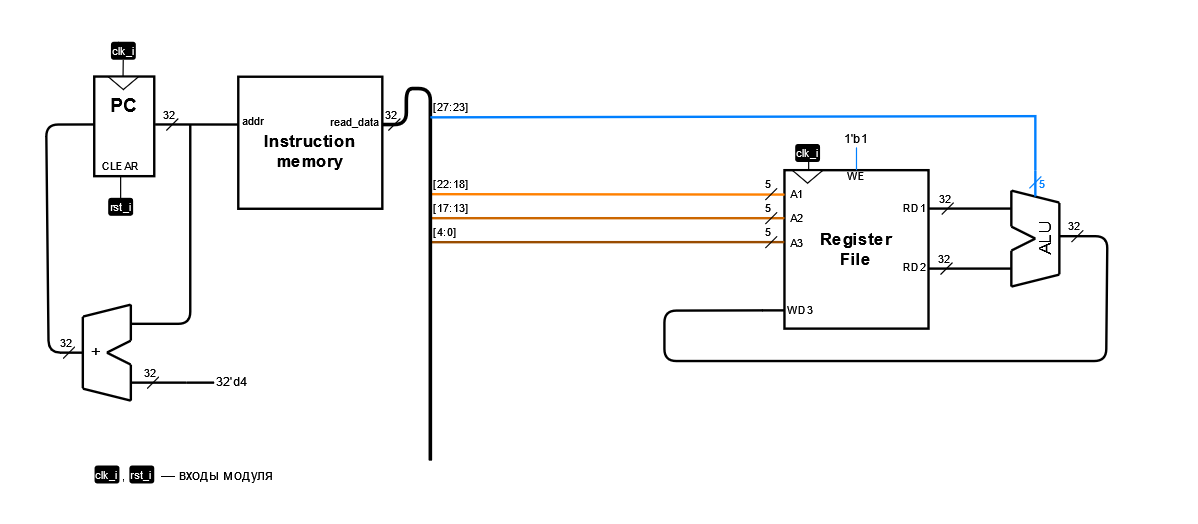
Above: Labs/Pic/ppd_2.drawio.png in MPSU/exAPS (draw.io), before the change. Source tidied: cells renumbered, new cells last; positions are measured from the earlier drawing's top-left corner, leaving out a move shared by most shapes.
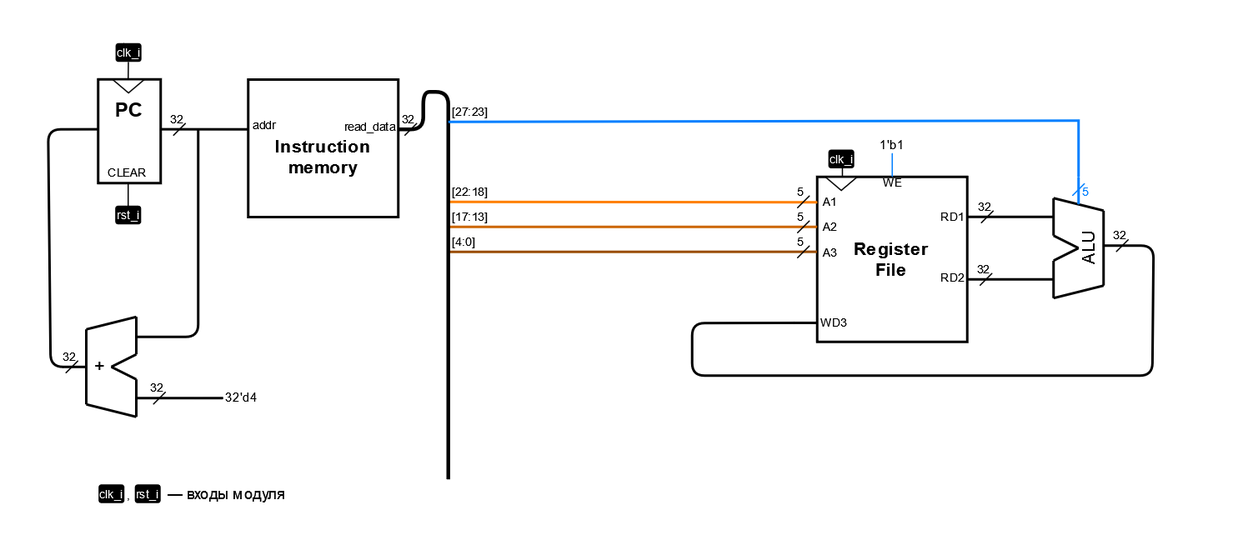
Above is the later version.

Diff of the diagram source:
```diff
@@ -370,57 +370,59 @@
     <mxCell id="78" value="1'b1" style="text;html=1;strokeColor=none;fillColor=none;align=center;verticalAlign=middle;whiteSpace=wrap;rounded=0;fontSize=10;fontColor=#000000;comic=0;jiggle=0.5;" parent="1" vertex="1">
       <mxGeometry x="708" y="110" width="10" height="10" as="geometry" />
     </mxCell>
-    <mxCell id="79" value="&lt;b&gt;PC&lt;/b&gt;" style="rounded=0;whiteSpace=wrap;html=1;comic=0;strokeColor=#000000;fontSize=16;fontColor=#000000;fillColor=none;verticalAlign=top;horizontal=1;spacingBottom=0;spacingTop=8;jiggle=0.5;strokeWidth=2;" parent="1" vertex="1">
-      <mxGeometry x="78" y="63" width="50" height="83" as="geometry" />
+    <mxCell id="79" style="endArrow=none;html=1;rounded=0;comic=0;strokeColor=#000000;fontSize=16;fontColor=#000000;startSize=6;endSize=6;exitX=1.014;exitY=0.481;exitDx=0;exitDy=0;exitPerimeter=0;jiggle=0.5;entryX=0;entryY=0.362;entryDx=0;entryDy=0;entryPerimeter=0;strokeWidth=2;" parent="1" edge="1" target="80">
+      <mxGeometry relative="1" as="geometry">
+        <mxPoint x="128.7" y="102.9" as="sourcePoint" />
+      </mxGeometry>
     </mxCell>
-    <mxCell id="80" style="endArrow=none;html=1;rounded=0;comic=0;strokeColor=#000000;fontSize=16;fontColor=#000000;startSize=6;endSize=6;exitX=1.014;exitY=0.481;exitDx=0;exitDy=0;exitPerimeter=0;jiggle=0.5;entryX=0;entryY=0.362;entryDx=0;entryDy=0;entryPerimeter=0;strokeWidth=2;" parent="1" edge="1" source="79" target="88">
-      <mxGeometry relative="1" as="geometry" />
+    <mxCell id="80" value="&lt;font style=&quot;font-size: 14px;&quot;&gt;&lt;b&gt;Instruction memory&lt;br&gt;&lt;/b&gt;&lt;/font&gt;" style="rounded=0;whiteSpace=wrap;html=1;fontSize=9;fontColor=#000000;comic=0;labelBackgroundColor=default;endArrow=none;strokeColor=#000000;startSize=6;endSize=6;jiggle=0.5;spacing=4;spacingTop=13;strokeWidth=2;" parent="1" vertex="1">
+      <mxGeometry x="198" y="63.2" width="120" height="110" as="geometry" />
     </mxCell>
-    <mxCell id="81" style="triangle;whiteSpace=wrap;html=1;rotation=90;comic=0;strokeColor=#000000;jiggle=0.5;fontColor=#000000;" parent="1" vertex="1">
-      <mxGeometry x="97" y="56.2" width="10.5" height="24.8" as="geometry" />
+    <mxCell id="81" style="endArrow=none;html=1;rounded=0;comic=0;jiggle=0.5;" parent="1" edge="1">
+      <mxGeometry relative="1" as="geometry">
+        <mxPoint x="138" y="108" as="sourcePoint" />
+        <mxPoint x="148" y="98" as="targetPoint" />
+      </mxGeometry>
     </mxCell>
-    <mxCell id="82" style="endArrow=none;html=1;rounded=0;comic=0;strokeColor=#000000;fontSize=16;fontColor=#000000;startSize=6;endSize=6;startArrow=none;jiggle=0.5;" parent="1" edge="1" source="83">
-      <mxGeometry relative="1" as="geometry">
-        <mxPoint x="102" y="41" as="targetPoint" />
-      </mxGeometry>
+    <mxCell id="82" value="32" style="text;html=1;strokeColor=none;fillColor=none;align=center;verticalAlign=middle;whiteSpace=wrap;rounded=0;fontSize=9;fontColor=#000000;comic=0;jiggle=0.5;" parent="1" vertex="1">
+      <mxGeometry x="136" y="90" width="10" height="10" as="geometry" />
     </mxCell>
-    <mxCell id="83" value="&lt;font color=&quot;#ffffff&quot;&gt;clk_i&lt;/font&gt;" style="text;html=1;strokeColor=none;fillColor=#000000;align=center;verticalAlign=middle;whiteSpace=wrap;rounded=1;fontSize=9;fontColor=#000000;comic=0;jiggle=0.5;" parent="1" vertex="1">
-      <mxGeometry x="91.9" y="34" width="20.7" height="15" as="geometry" />
+    <mxCell id="83" value="read_data" style="text;html=1;strokeColor=none;fillColor=none;align=right;verticalAlign=middle;whiteSpace=wrap;rounded=0;fontSize=9;fontColor=#000000;comic=0;jiggle=0.5;" parent="1" vertex="1">
+      <mxGeometry x="276" y="96" width="42" height="10" as="geometry" />
     </mxCell>
-    <mxCell id="84" style="endArrow=none;html=1;rounded=0;comic=0;strokeColor=#000000;fontSize=16;fontColor=#000000;startSize=6;endSize=6;jiggle=0.5;" parent="1" edge="1" target="83">
-      <mxGeometry relative="1" as="geometry">
-        <mxPoint x="102" y="63.2" as="sourcePoint" />
-      </mxGeometry>
+    <mxCell id="84" value="addr" style="text;html=1;strokeColor=none;fillColor=none;align=right;verticalAlign=middle;whiteSpace=wrap;rounded=0;fontSize=9;fontColor=#000000;comic=0;jiggle=0.5;" parent="1" vertex="1">
+      <mxGeometry x="202" y="95" width="20" height="10" as="geometry" />
     </mxCell>
-    <mxCell id="85" value="&lt;font&gt;CLEAR&lt;/font&gt;" style="text;html=1;strokeColor=none;fillColor=none;align=right;verticalAlign=middle;whiteSpace=wrap;rounded=0;fontSize=9;fontColor=#000000;comic=0;jiggle=0.5;" parent="1" vertex="1">
-      <mxGeometry x="88" y="133" width="30" height="10" as="geometry" />
+    <mxCell id="85" value="&lt;b&gt;PC&lt;/b&gt;" style="rounded=0;whiteSpace=wrap;html=1;comic=0;strokeColor=#000000;fontSize=16;fontColor=#000000;fillColor=none;verticalAlign=top;horizontal=1;spacingBottom=0;spacingTop=8;jiggle=0.5;strokeWidth=2;" parent="1" vertex="1">
+      <mxGeometry x="78" y="63" width="50" height="83" as="geometry" />
     </mxCell>
-    <mxCell id="86" style="endArrow=none;html=1;rounded=0;comic=0;strokeColor=#000000;fontSize=16;fontColor=#000000;startSize=6;endSize=6;jiggle=0.5;" parent="1" edge="1">
-      <mxGeometry relative="1" as="geometry">
-        <mxPoint x="100" y="169" as="sourcePoint" />
-        <mxPoint x="100" y="146" as="targetPoint" />
-      </mxGeometry>
+    <mxCell id="86" style="triangle;whiteSpace=wrap;html=1;rotation=90;comic=0;strokeColor=#000000;jiggle=0.5;fontColor=#000000;" parent="1" vertex="1">
+      <mxGeometry x="97" y="56.2" width="10.5" height="24.8" as="geometry" />
     </mxCell>
-    <mxCell id="87" value="&lt;font&gt;rst_i&lt;/font&gt;" style="text;html=1;strokeColor=none;fillColor=#000000;align=center;verticalAlign=middle;whiteSpace=wrap;rounded=1;fontSize=9;fontColor=#FFFFFF;comic=0;jiggle=0.5;" parent="1" vertex="1">
-      <mxGeometry x="89.6" y="164" width="20.7" height="15" as="geometry" />
+    <mxCell id="87" style="endArrow=none;html=1;rounded=0;comic=0;strokeColor=#000000;fontSize=16;fontColor=#000000;startSize=6;endSize=6;startArrow=none;jiggle=0.5;" parent="1" edge="1" source="88">
+      <mxGeometry relative="1" as="geometry">
+        <mxPoint x="102" y="41" as="targetPoint" />
+      </mxGeometry>
     </mxCell>
-    <mxCell id="88" value="&lt;font style=&quot;font-size: 14px;&quot;&gt;&lt;b&gt;Instruction memory&lt;br&gt;&lt;/b&gt;&lt;/font&gt;" style="rounded=0;whiteSpace=wrap;html=1;fontSize=9;fontColor=#000000;comic=0;labelBackgroundColor=default;endArrow=none;strokeColor=#000000;startSize=6;endSize=6;jiggle=0.5;spacing=4;spacingTop=13;strokeWidth=2;" parent="1" vertex="1">
-      <mxGeometry x="198" y="63.2" width="120" height="110" as="geometry" />
+    <mxCell id="88" value="&lt;font color=&quot;#ffffff&quot;&gt;clk_i&lt;/font&gt;" style="text;html=1;strokeColor=none;fillColor=#000000;align=center;verticalAlign=middle;whiteSpace=wrap;rounded=1;fontSize=9;fontColor=#000000;comic=0;jiggle=0.5;" parent="1" vertex="1">
+      <mxGeometry x="91.9" y="34" width="20.7" height="15" as="geometry" />
     </mxCell>
-    <mxCell id="89" style="endArrow=none;html=1;rounded=0;comic=0;jiggle=0.5;" parent="1" edge="1">
+    <mxCell id="89" style="endArrow=none;html=1;rounded=0;comic=0;strokeColor=#000000;fontSize=16;fontColor=#000000;startSize=6;endSize=6;jiggle=0.5;" parent="1" edge="1" target="88">
       <mxGeometry relative="1" as="geometry">
-        <mxPoint x="138" y="108" as="sourcePoint" />
-        <mxPoint x="148" y="98" as="targetPoint" />
+        <mxPoint x="102" y="63.2" as="sourcePoint" />
       </mxGeometry>
     </mxCell>
-    <mxCell id="90" value="32" style="text;html=1;strokeColor=none;fillColor=none;align=center;verticalAlign=middle;whiteSpace=wrap;rounded=0;fontSize=9;fontColor=#000000;comic=0;jiggle=0.5;" parent="1" vertex="1">
-      <mxGeometry x="136" y="90" width="10" height="10" as="geometry" />
+    <mxCell id="90" value="&lt;font&gt;CLEAR&lt;/font&gt;" style="text;html=1;strokeColor=none;fillColor=none;align=right;verticalAlign=middle;whiteSpace=wrap;rounded=0;fontSize=9;fontColor=#000000;comic=0;jiggle=0.5;" parent="1" vertex="1">
+      <mxGeometry x="89" y="133" width="30" height="10" as="geometry" />
     </mxCell>
-    <mxCell id="91" value="read_data" style="text;html=1;strokeColor=none;fillColor=none;align=right;verticalAlign=middle;whiteSpace=wrap;rounded=0;fontSize=9;fontColor=#000000;comic=0;jiggle=0.5;" parent="1" vertex="1">
-      <mxGeometry x="276" y="96" width="42" height="10" as="geometry" />
+    <mxCell id="91" style="endArrow=none;html=1;rounded=0;comic=0;strokeColor=#000000;fontSize=16;fontColor=#000000;startSize=6;endSize=6;jiggle=0.5;" parent="1" edge="1">
+      <mxGeometry relative="1" as="geometry">
+        <mxPoint x="102" y="169" as="sourcePoint" />
+        <mxPoint x="102" y="146" as="targetPoint" />
+      </mxGeometry>
     </mxCell>
-    <mxCell id="92" value="addr" style="text;html=1;strokeColor=none;fillColor=none;align=right;verticalAlign=middle;whiteSpace=wrap;rounded=0;fontSize=9;fontColor=#000000;comic=0;jiggle=0.5;" parent="1" vertex="1">
-      <mxGeometry x="202" y="95" width="20" height="10" as="geometry" />
+    <mxCell id="92" value="&lt;font&gt;rst_i&lt;/font&gt;" style="text;html=1;strokeColor=none;fillColor=#000000;align=center;verticalAlign=middle;whiteSpace=wrap;rounded=1;fontSize=9;fontColor=#FFFFFF;comic=0;jiggle=0.5;" parent="1" vertex="1">
+      <mxGeometry x="91.6" y="164" width="20.7" height="15" as="geometry" />
     </mxCell>
   </root>
 </mxGraphModel>
```
